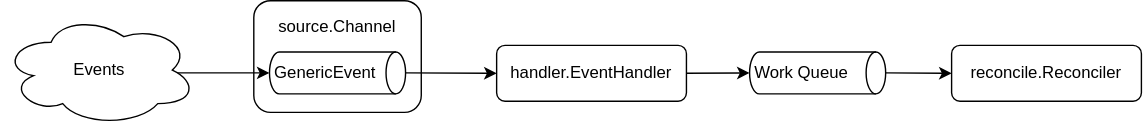
The draw.io diagram articles/images/custom-controller-for-out-of-cluster-events-02.dio.svg in hhiroshell/alpaca-notes, before a commit. Source tidied: cells renumbered, new cells last; positions are measured from the earlier drawing's top-left corner, leaving out a move shared by most shapes.
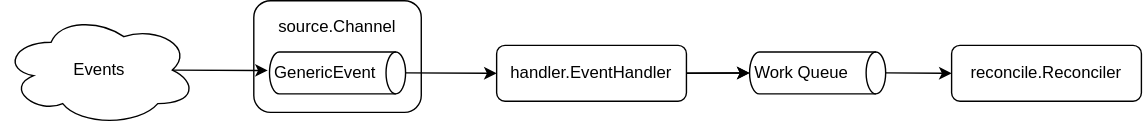
The same file after the commit.

What changed in the source:
```diff
@@ -5,21 +5,18 @@
     <mxCell id="2" value="&lt;div style=&quot;text-align: justify&quot;&gt;&lt;span&gt;source.Channel&lt;/span&gt;&lt;/div&gt;&lt;div style=&quot;text-align: justify&quot;&gt;&lt;span&gt;&lt;br&gt;&lt;/span&gt;&lt;/div&gt;&lt;div style=&quot;text-align: justify&quot;&gt;&lt;span&gt;&lt;br&gt;&lt;/span&gt;&lt;/div&gt;&lt;div style=&quot;text-align: justify&quot;&gt;&lt;span&gt;&lt;br&gt;&lt;/span&gt;&lt;/div&gt;" style="rounded=1;whiteSpace=wrap;html=1;" parent="1" vertex="1">
       <mxGeometry x="180" width="120" height="80" as="geometry" />
     </mxCell>
-    <mxCell id="3" style="edgeStyle=none;html=1;exitX=0.5;exitY=0;exitDx=0;exitDy=0;exitPerimeter=0;entryX=0;entryY=0.5;entryDx=0;entryDy=0;" parent="1" edge="1" source="4" target="8">
-      <mxGeometry relative="1" as="geometry" />
-    </mxCell>
     <mxCell id="4" value="GenericEvent" style="shape=cylinder3;whiteSpace=wrap;html=1;boundedLbl=1;backgroundOutline=1;size=7;rotation=90;horizontal=0;align=left;" parent="1" vertex="1">
       <mxGeometry x="225" y="3" width="30" height="97.5" as="geometry" />
     </mxCell>
-    <mxCell id="5" style="edgeStyle=none;html=1;exitX=0.875;exitY=0.525;exitDx=0;exitDy=0;exitPerimeter=0;entryX=0.5;entryY=1;entryDx=0;entryDy=0;entryPerimeter=0;" parent="1" edge="1" source="6" target="4">
-      <mxGeometry relative="1" as="geometry" />
-    </mxCell>
     <mxCell id="6" value="Events" style="ellipse;shape=cloud;whiteSpace=wrap;html=1;" parent="1" vertex="1">
       <mxGeometry y="9.8" width="139" height="80" as="geometry" />
     </mxCell>
     <mxCell id="7" style="edgeStyle=none;html=1;exitX=1;exitY=0.5;exitDx=0;exitDy=0;entryX=0.5;entryY=1;entryDx=0;entryDy=0;entryPerimeter=0;" parent="1" edge="1" source="8" target="10">
       <mxGeometry relative="1" as="geometry" />
     </mxCell>
+    <mxCell id="12" style="edgeStyle=none;html=1;" parent="1" edge="1" source="8" target="10">
+      <mxGeometry relative="1" as="geometry" />
+    </mxCell>
     <mxCell id="8" value="handler.EventHandler" style="rounded=1;whiteSpace=wrap;html=1;" parent="1" vertex="1">
       <mxGeometry x="354" y="32" width="136" height="40" as="geometry" />
     </mxCell>
@@ -32,5 +29,13 @@
     <mxCell id="11" value="reconcile.Reconciler" style="rounded=1;whiteSpace=wrap;html=1;" parent="1" vertex="1">
       <mxGeometry x="680" y="32" width="136" height="40" as="geometry" />
     </mxCell>
+    <mxCell id="3" style="edgeStyle=none;html=1;exitX=0.5;exitY=0;exitDx=0;exitDy=0;exitPerimeter=0;entryX=0;entryY=0.5;entryDx=0;entryDy=0;" parent="1" edge="1" source="4" target="8">
+      <mxGeometry relative="1" as="geometry" />
+    </mxCell>
+    <mxCell id="13" style="edgeStyle=none;html=1;exitX=0.875;exitY=0.5;exitDx=0;exitDy=0;exitPerimeter=0;" parent="1" edge="1" source="6">
+      <mxGeometry relative="1" as="geometry">
+        <mxPoint x="190" y="50" as="targetPoint" />
+      </mxGeometry>
+    </mxCell>
   </root>
 </mxGraphModel>
```
